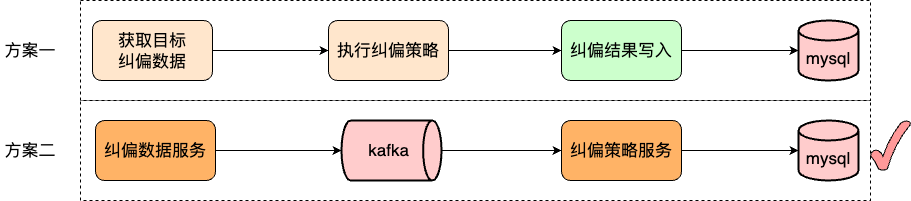
This is work-draw-file/纠偏之支持不同的纠偏策略.png from liujunao/draw-data, a draw.io export, as it was before one commit. Source tidied: cells renumbered, new cells last; positions are measured from the earlier drawing's top-left corner, leaving out a move shared by most shapes.
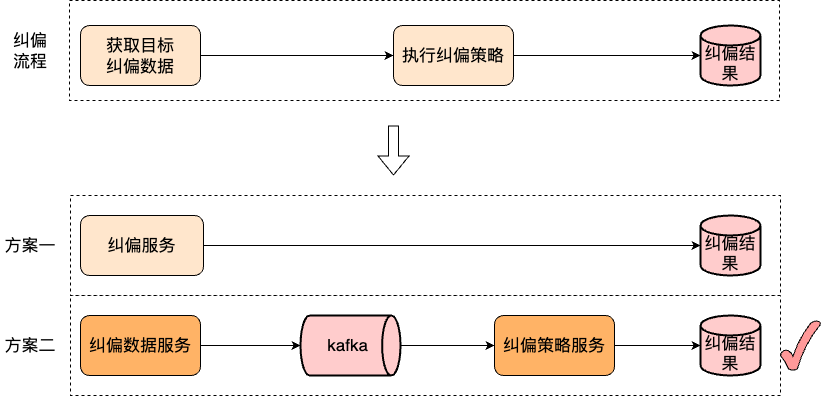
Later version of the same file.

Commit message:
更新纠偏之支持不同的纠偏策略.png

What changed in the source:
```diff
@@ -2,62 +2,77 @@
   <root>
     <mxCell id="0" />
     <mxCell id="1" parent="0" />
+    <mxCell id="21" style="rounded=0;whiteSpace=wrap;html=1;dashed=1;" parent="1" vertex="1">
+      <mxGeometry x="26" y="45" width="710" height="100" as="geometry" />
+    </mxCell>
     <mxCell id="2" style="rounded=0;whiteSpace=wrap;html=1;dashed=1;" parent="1" vertex="1">
-      <mxGeometry x="80" y="100" width="790" height="100" as="geometry" />
+      <mxGeometry x="27" y="340" width="710" height="100" as="geometry" />
     </mxCell>
     <mxCell id="3" style="rounded=0;whiteSpace=wrap;html=1;dashed=1;" parent="1" vertex="1">
-      <mxGeometry x="80" width="790" height="100" as="geometry" />
+      <mxGeometry x="27" y="240" width="710" height="100" as="geometry" />
     </mxCell>
     <mxCell id="4" style="edgeStyle=orthogonalEdgeStyle;rounded=0;jettySize=auto;html=1;exitX=1;exitY=0.5;exitDx=0;exitDy=0;" parent="1" edge="1" source="5" target="7">
       <mxGeometry relative="1" as="geometry" />
     </mxCell>
     <mxCell id="5" value="&lt;font size=&quot;3&quot;&gt;纠偏数据服务&lt;/font&gt;" style="rounded=1;whiteSpace=wrap;html=1;fillColor=#FFB366;" parent="1" vertex="1">
-      <mxGeometry x="95" y="120" width="120" height="60" as="geometry" />
+      <mxGeometry x="37" y="360" width="120" height="60" as="geometry" />
     </mxCell>
     <mxCell id="6" style="edgeStyle=orthogonalEdgeStyle;rounded=0;jettySize=auto;html=1;exitX=1;exitY=0.5;exitDx=0;exitDy=0;exitPerimeter=0;entryX=0;entryY=0.5;entryDx=0;entryDy=0;" parent="1" edge="1" source="7" target="9">
       <mxGeometry relative="1" as="geometry" />
     </mxCell>
     <mxCell id="7" value="&lt;font size=&quot;3&quot;&gt;kafka&amp;nbsp;&lt;/font&gt;" style="strokeWidth=2;html=1;shape=mxgraph.flowchart.direct_data;whiteSpace=wrap;fillColor=#FFCCCC;" parent="1" vertex="1">
-      <mxGeometry x="341" y="120" width="100" height="60" as="geometry" />
+      <mxGeometry x="257" y="360" width="100" height="60" as="geometry" />
     </mxCell>
     <mxCell id="8" style="edgeStyle=orthogonalEdgeStyle;rounded=0;jettySize=auto;html=1;exitX=1;exitY=0.5;exitDx=0;exitDy=0;" parent="1" edge="1" source="9" target="17">
       <mxGeometry relative="1" as="geometry" />
     </mxCell>
     <mxCell id="9" value="&lt;font size=&quot;3&quot;&gt;纠偏策略服务&lt;/font&gt;" style="rounded=1;whiteSpace=wrap;html=1;fillColor=#FFB366;" parent="1" vertex="1">
-      <mxGeometry x="561" y="120" width="120" height="60" as="geometry" />
+      <mxGeometry x="451" y="360" width="120" height="60" as="geometry" />
     </mxCell>
     <mxCell id="10" style="edgeStyle=orthogonalEdgeStyle;rounded=0;jettySize=auto;html=1;exitX=1;exitY=0.5;exitDx=0;exitDy=0;" parent="1" edge="1" source="11" target="13">
       <mxGeometry relative="1" as="geometry" />
     </mxCell>
     <mxCell id="11" value="&lt;font size=&quot;3&quot;&gt;获取目标&lt;br&gt;纠偏数据&lt;/font&gt;" style="rounded=1;whiteSpace=wrap;html=1;fillColor=#FFE6CC;" parent="1" vertex="1">
-      <mxGeometry x="92" y="20" width="120" height="60" as="geometry" />
+      <mxGeometry x="37" y="70" width="120" height="60" as="geometry" />
     </mxCell>
-    <mxCell id="12" style="edgeStyle=orthogonalEdgeStyle;rounded=0;jettySize=auto;html=1;exitX=1;exitY=0.5;exitDx=0;exitDy=0;entryX=0;entryY=0.5;entryDx=0;entryDy=0;" parent="1" edge="1" source="13" target="15">
-      <mxGeometry relative="1" as="geometry" />
-    </mxCell>
+    <mxCell id="22" style="edgeStyle=orthogonalEdgeStyle;rounded=0;jettySize=auto;html=1;exitX=1;exitY=0.5;exitDx=0;exitDy=0;" parent="1" edge="1" source="13" target="16">
+      <mxGeometry relative="1" as="geometry" />
+    </mxCell>
     <mxCell id="13" value="&lt;font size=&quot;3&quot;&gt;执行纠偏策略&lt;/font&gt;" style="rounded=1;whiteSpace=wrap;html=1;fillColor=#FFE6CC;" parent="1" vertex="1">
-      <mxGeometry x="328" y="20" width="120" height="60" as="geometry" />
+      <mxGeometry x="350" y="70" width="120" height="60" as="geometry" />
     </mxCell>
-    <mxCell id="14" style="edgeStyle=orthogonalEdgeStyle;rounded=0;jettySize=auto;html=1;exitX=1;exitY=0.5;exitDx=0;exitDy=0;" parent="1" edge="1" source="15" target="16">
-      <mxGeometry relative="1" as="geometry" />
-    </mxCell>
-    <mxCell id="15" value="&lt;font size=&quot;3&quot;&gt;纠偏结果写入&lt;/font&gt;" style="rounded=1;whiteSpace=wrap;html=1;fillColor=#CCFFCC;" parent="1" vertex="1">
-      <mxGeometry x="561" y="20" width="120" height="60" as="geometry" />
-    </mxCell>
-    <mxCell id="16" value="&lt;br&gt;&lt;font size=&quot;3&quot;&gt;mysql&lt;/font&gt;" style="strokeWidth=2;html=1;shape=mxgraph.flowchart.database;whiteSpace=wrap;fillColor=#FFCCCC;" parent="1" vertex="1">
-      <mxGeometry x="798" y="20" width="60" height="60" as="geometry" />
+    <mxCell id="16" value="&lt;br&gt;&lt;font size=&quot;3&quot;&gt;纠偏结果&lt;/font&gt;" style="strokeWidth=2;html=1;shape=mxgraph.flowchart.database;whiteSpace=wrap;fillColor=#FFCCCC;" parent="1" vertex="1">
+      <mxGeometry x="657" y="70" width="60" height="60" as="geometry" />
     </mxCell>
-    <mxCell id="17" value="&lt;br&gt;&lt;font size=&quot;3&quot;&gt;mysql&lt;/font&gt;" style="strokeWidth=2;html=1;shape=mxgraph.flowchart.database;whiteSpace=wrap;fillColor=#FFCCCC;" parent="1" vertex="1">
-      <mxGeometry x="798" y="120" width="60" height="60" as="geometry" />
+    <mxCell id="17" value="&lt;br&gt;&lt;font size=&quot;3&quot;&gt;纠偏结果&lt;/font&gt;" style="strokeWidth=2;html=1;shape=mxgraph.flowchart.database;whiteSpace=wrap;fillColor=#FFCCCC;" parent="1" vertex="1">
+      <mxGeometry x="657" y="360" width="60" height="60" as="geometry" />
     </mxCell>
     <mxCell id="18" value="&lt;font size=&quot;3&quot;&gt;方案一&lt;/font&gt;" style="text;html=1;strokeColor=none;fillColor=none;align=center;verticalAlign=middle;whiteSpace=wrap;rounded=0;" parent="1" vertex="1">
-      <mxGeometry y="35" width="60" height="30" as="geometry" />
+      <mxGeometry x="-43" y="275" width="60" height="30" as="geometry" />
     </mxCell>
     <mxCell id="19" value="&lt;font size=&quot;3&quot;&gt;方案二&lt;/font&gt;" style="text;html=1;strokeColor=none;fillColor=none;align=center;verticalAlign=middle;whiteSpace=wrap;rounded=0;" parent="1" vertex="1">
-      <mxGeometry y="135" width="60" height="30" as="geometry" />
+      <mxGeometry x="-43" y="375" width="60" height="30" as="geometry" />
     </mxCell>
     <mxCell id="20" style="verticalLabelPosition=bottom;verticalAlign=top;html=1;shape=mxgraph.basic.tick;fillColor=#FF9999;" parent="1" vertex="1">
-      <mxGeometry x="870" y="120" width="40" height="50" as="geometry" />
+      <mxGeometry x="737" y="365" width="40" height="50" as="geometry" />
     </mxCell>
+    <mxCell id="23" style="edgeStyle=orthogonalEdgeStyle;rounded=0;jettySize=auto;html=1;exitX=1;exitY=0.5;exitDx=0;exitDy=0;" parent="1" edge="1" source="24" target="25">
+      <mxGeometry relative="1" as="geometry" />
+    </mxCell>
+    <mxCell id="24" value="&lt;font size=&quot;3&quot;&gt;纠偏服务&lt;br&gt;&lt;/font&gt;" style="rounded=1;whiteSpace=wrap;html=1;fillColor=#FFE6CC;" parent="1" vertex="1">
+      <mxGeometry x="37" y="260" width="123" height="60" as="geometry" />
+    </mxCell>
+    <mxCell id="25" value="&lt;br&gt;&lt;font size=&quot;3&quot;&gt;纠偏结果&lt;/font&gt;" style="strokeWidth=2;html=1;shape=mxgraph.flowchart.database;whiteSpace=wrap;fillColor=#FFCCCC;" parent="1" vertex="1">
+      <mxGeometry x="657" y="260" width="60" height="60" as="geometry" />
+    </mxCell>
+    <mxCell id="26" value="&lt;font size=&quot;3&quot;&gt;纠偏&lt;br&gt;流程&lt;/font&gt;" style="text;html=1;strokeColor=none;fillColor=none;align=center;verticalAlign=middle;whiteSpace=wrap;rounded=0;" parent="1" vertex="1">
+      <mxGeometry x="-43" y="80" width="60" height="30" as="geometry" />
+    </mxCell>
+    <mxCell id="27" style="shape=flexArrow;endArrow=classic;html=1;rounded=0;" parent="1" edge="1">
+      <mxGeometry relative="1" as="geometry">
+        <mxPoint x="350" y="170" as="sourcePoint" />
+        <mxPoint x="350" y="220" as="targetPoint" />
+      </mxGeometry>
+    </mxCell>
   </root>
 </mxGraphModel>
```
